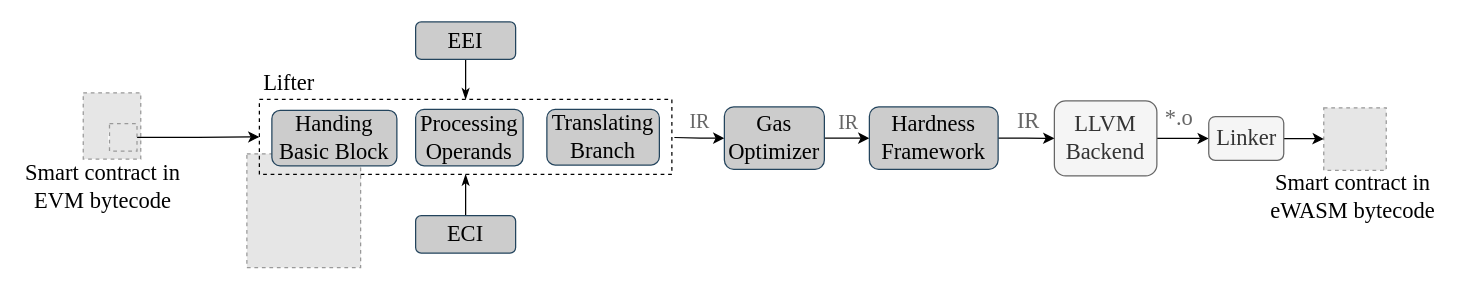
Earlier version of the draw.io diagram page "overlook" (1 of 11) of Untitled Diagram.drawio (Kenun99/drawio.repo). Source tidied: cells renumbered, new cells numbered last; positions are measured from the earlier drawing's top-left corner, leaving out a move shared by most shapes. Both pictures are drawn from the tidied source at 125%, with x=0, y=0 at pixel (21, 21). Pictures stored in the file or linked from it are replaced by grey dashed boxes.
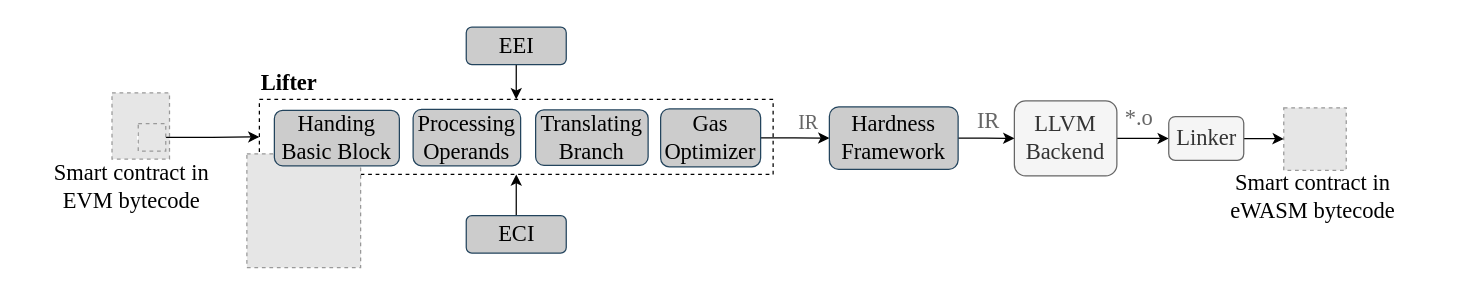
The same page after the edit.

What changed in the source:
```diff
@@
-    <mxCell id="2" style="edgeStyle=orthogonalEdgeStyle;rounded=0;jettySize=auto;html=1;fontFamily=Times New Roman;fontSize=14;startArrow=none;startFill=0;endArrow=classic;endFill=1;strokeWidth=1;" parent="1" edge="1" target="25">
-      <mxGeometry relative="1" as="geometry">
-        <mxPoint x="522" y="92.5" as="sourcePoint" />
-      </mxGeometry>
-    </mxCell>
+    <mxCell id="31" style="rounded=0;whiteSpace=wrap;html=1;dashed=1;fontFamily=Times New Roman;fontSize=18;strokeWidth=1;fillColor=none;" parent="1" vertex="1">
+      <mxGeometry x="190" y="62" width="411" height="60" as="geometry" />
+    </mxCell>
     <mxCell id="3" style="fillColor=#E6E6E6;strokeColor=#999999;dashed=1;verticalLabelPosition=bottom;labelBackgroundColor=#ffffff;verticalAlign=top;fontColor=#000000;fontSize=18;fontFamily=Times New Roman;" parent="1" vertex="1">
-      <mxGeometry x="1041.5" y="68.7" width="50" height="50" as="geometry" />
+      <mxGeometry x="1009.5" y="68.7" width="50" height="50" as="geometry" />
     </mxCell>
-    <mxCell id="4" style="edgeStyle=orthogonalEdgeStyle;rounded=0;jettySize=auto;html=1;exitX=0.5;exitY=1;exitDx=0;exitDy=0;entryX=0.5;entryY=0;entryDx=0;entryDy=0;fontFamily=Times New Roman;fontSize=18;startArrow=none;startFill=0;endArrow=classicThin;endFill=1;strokeWidth=1;" parent="1" edge="1" source="5" target="31">
+    <mxCell id="4" style="edgeStyle=orthogonalEdgeStyle;rounded=0;jettySize=auto;html=1;fontFamily=Times New Roman;fontSize=17;fontColor=#000000;startArrow=none;startFill=0;endArrow=classic;endFill=1;strokeWidth=1;" parent="1" edge="1" source="5" target="31">
       <mxGeometry relative="1" as="geometry" />
     </mxCell>
     <mxCell id="5" value="EEI" style="rounded=1;whiteSpace=wrap;html=1;fontFamily=Times New Roman;fontSize=18;fillColor=#CCCCCC;strokeColor=#23445d;gradientColor=none;" parent="1" vertex="1">
-      <mxGeometry x="315" width="80" height="30" as="geometry" />
+      <mxGeometry x="355.5" y="4.2" width="80" height="30" as="geometry" />
     </mxCell>
@@
     <mxCell id="7" style="fillColor=#E6E6E6;strokeColor=#999999;dashed=1;verticalLabelPosition=bottom;labelBackgroundColor=#ffffff;verticalAlign=top;fontSize=18;fontFamily=Times New Roman;" parent="1" vertex="1">
-      <mxGeometry x="49.1" y="56.8" width="46" height="52.9" as="geometry" />
+      <mxGeometry x="72.1" y="56.8" width="46" height="52.9" as="geometry" />
     </mxCell>
     <mxCell id="8" value="&lt;font color=&quot;#000000&quot; style=&quot;font-size: 18px&quot;&gt;Smart contract in eWASM bytecode&lt;br&gt;&lt;/font&gt;" style="text;html=1;strokeColor=none;fillColor=none;align=center;verticalAlign=middle;whiteSpace=wrap;rounded=0;labelBackgroundColor=none;fontFamily=Times New Roman;fontSize=18;fontColor=#666666;" parent="1" vertex="1">
-      <mxGeometry x="995" y="125" width="140" height="30" as="geometry" />
+      <mxGeometry x="963" y="125" width="140" height="30" as="geometry" />
     </mxCell>
     <mxCell id="9" value="&lt;font style=&quot;font-size: 18px&quot; color=&quot;#000000&quot;&gt;Smart contract in EVM bytecode&lt;br&gt;&lt;/font&gt;" style="text;html=1;strokeColor=none;fillColor=none;align=center;verticalAlign=middle;whiteSpace=wrap;rounded=0;labelBackgroundColor=none;fontFamily=Times New Roman;fontSize=18;fontColor=#666666;" parent="1" vertex="1">
-      <mxGeometry y="122.5" width="130" height="19.4" as="geometry" />
+      <mxGeometry x="23" y="122.5" width="130" height="19.4" as="geometry" />
     </mxCell>
@@
     <mxCell id="11" value="&lt;font style=&quot;font-size: 18px&quot;&gt;LLVM&lt;br style=&quot;font-size: 18px&quot;&gt;Backend&lt;/font&gt;" style="rounded=1;whiteSpace=wrap;html=1;labelBackgroundColor=none;fontFamily=Times New Roman;fontSize=18;strokeColor=#666666;strokeWidth=1;fillColor=#f5f5f5;fontColor=#333333;" parent="1" vertex="1">
-      <mxGeometry x="826" y="63.2" width="82" height="60" as="geometry" />
+      <mxGeometry x="794" y="63.2" width="82" height="60" as="geometry" />
     </mxCell>
-    <mxCell id="12" value="&lt;span style=&quot;font-size: 16px;&quot;&gt;IR&lt;/span&gt;" style="text;html=1;strokeColor=none;fillColor=none;align=center;verticalAlign=middle;whiteSpace=wrap;rounded=0;labelBackgroundColor=none;fontFamily=Times New Roman;fontSize=16;fontColor=#666666;" parent="1" vertex="1">
-      <mxGeometry x="529" y="74.7" width="27" height="9" as="geometry" />
-    </mxCell>
@@
     <mxCell id="14" value="&lt;span style=&quot;font-size: 18px;&quot;&gt;Linker&lt;/span&gt;" style="rounded=1;whiteSpace=wrap;html=1;labelBackgroundColor=none;fontFamily=Times New Roman;fontSize=18;strokeWidth=1;fillColor=#f5f5f5;strokeColor=#666666;fontColor=#333333;" parent="1" vertex="1">
-      <mxGeometry x="949.5" y="75.7" width="60" height="35.1" as="geometry" />
+      <mxGeometry x="917.5" y="75.7" width="60" height="35.1" as="geometry" />
     </mxCell>
     <mxCell id="15" value="&lt;span style=&quot;font-size: 18px;&quot;&gt;*.o&lt;/span&gt;" style="text;html=1;strokeColor=none;fillColor=none;align=center;verticalAlign=middle;whiteSpace=wrap;rounded=0;labelBackgroundColor=none;fontFamily=Times New Roman;fontSize=18;fontColor=#666666;" parent="1" vertex="1">
-      <mxGeometry x="903" y="65.5" width="46" height="22.2" as="geometry" />
+      <mxGeometry x="871" y="65.5" width="46" height="22.2" as="geometry" />
     </mxCell>
     <mxCell id="16" style="rounded=0;whiteSpace=wrap;html=1;strokeColor=none;fontFamily=Times New Roman;" parent="1" vertex="1">
-      <mxGeometry x="69.1" y="88.2" width="10" height="10" as="geometry" />
+      <mxGeometry x="92.1" y="88.2" width="10" height="10" as="geometry" />
     </mxCell>
     <mxCell id="17" style="rounded=0;whiteSpace=wrap;html=1;strokeColor=none;fontFamily=Times New Roman;" parent="1" vertex="1">
-      <mxGeometry x="73.2" y="83.2" width="10" height="10" as="geometry" />
+      <mxGeometry x="96.2" y="83.2" width="10" height="10" as="geometry" />
     </mxCell>
     <mxCell id="18" style="rounded=0;whiteSpace=wrap;html=1;strokeColor=none;fontFamily=Times New Roman;" parent="1" vertex="1">
-      <mxGeometry x="73.2" y="92.2" width="10" height="10" as="geometry" />
+      <mxGeometry x="96.2" y="92.2" width="10" height="10" as="geometry" />
     </mxCell>
     <mxCell id="19" style="rounded=0;whiteSpace=wrap;html=1;strokeColor=none;fontFamily=Times New Roman;" parent="1" vertex="1">
-      <mxGeometry x="78.1" y="83.2" width="10" height="10" as="geometry" />
+      <mxGeometry x="101.1" y="83.2" width="10" height="10" as="geometry" />
     </mxCell>
     <mxCell id="20" style="rounded=0;whiteSpace=wrap;html=1;strokeColor=none;fontFamily=Times New Roman;" parent="1" vertex="1">
-      <mxGeometry x="78.2" y="92.2" width="10" height="10" as="geometry" />
+      <mxGeometry x="101.2" y="92.2" width="10" height="10" as="geometry" />
     </mxCell>
@@
     <mxCell id="22" style="fillColor=#E6E6E6;strokeColor=#999999;dashed=1;verticalLabelPosition=bottom;labelBackgroundColor=#ffffff;verticalAlign=top;fontSize=18;fontFamily=Times New Roman;" parent="1" vertex="1">
-      <mxGeometry x="70.1" y="81.3" width="22" height="22" as="geometry" />
+      <mxGeometry x="93.1" y="81.3" width="22" height="22" as="geometry" />
     </mxCell>
     <mxCell id="23" value="&lt;span style=&quot;font-size: 16px;&quot;&gt;IR&lt;/span&gt;" style="text;html=1;strokeColor=none;fillColor=none;align=center;verticalAlign=middle;whiteSpace=wrap;rounded=0;labelBackgroundColor=none;fontFamily=Times New Roman;fontSize=16;fontColor=#666666;" parent="1" vertex="1">
-      <mxGeometry x="648" y="71.5" width="27" height="17.3" as="geometry" />
+      <mxGeometry x="616" y="71.5" width="27" height="17.3" as="geometry" />
     </mxCell>
@@
     <mxCell id="25" value="&lt;font style=&quot;font-size: 18px&quot;&gt;Gas Optimizer&lt;/font&gt;" style="rounded=1;whiteSpace=wrap;html=1;labelBackgroundColor=none;fontFamily=Times New Roman;fontSize=18;strokeColor=#23445d;strokeWidth=1;fillColor=#CCCCCC;fontStyle=0;" parent="1" vertex="1">
-      <mxGeometry x="562" y="68" width="80" height="50" as="geometry" />
+      <mxGeometry x="511" y="69.6" width="80" height="46.3" as="geometry" />
     </mxCell>
     <mxCell id="26" value="&lt;span style=&quot;font-size: 18px&quot;&gt;IR&lt;/span&gt;" style="text;html=1;strokeColor=none;fillColor=none;align=center;verticalAlign=middle;whiteSpace=wrap;rounded=0;labelBackgroundColor=none;fontFamily=Times New Roman;fontSize=18;fontColor=#666666;" parent="1" vertex="1">
-      <mxGeometry x="792" y="70" width="27" height="17.3" as="geometry" />
+      <mxGeometry x="760" y="70" width="27" height="17.3" as="geometry" />
     </mxCell>
-    <mxCell id="27" style="edgeStyle=orthogonalEdgeStyle;rounded=0;jettySize=auto;html=1;entryX=0.5;entryY=1;entryDx=0;entryDy=0;fontFamily=Times New Roman;fontSize=18;startArrow=none;startFill=0;endArrow=classicThin;endFill=1;strokeWidth=1;" parent="1" edge="1" source="28" target="31">
+    <mxCell id="27" style="edgeStyle=orthogonalEdgeStyle;rounded=0;jettySize=auto;html=1;exitX=0.5;exitY=0;exitDx=0;exitDy=0;fontFamily=Times New Roman;fontSize=17;fontColor=#000000;startArrow=none;startFill=0;endArrow=classic;endFill=1;strokeWidth=1;entryX=0.5;entryY=1;entryDx=0;entryDy=0;" parent="1" edge="1" source="28" target="31">
       <mxGeometry relative="1" as="geometry" />
     </mxCell>
     <mxCell id="28" value="ECI" style="rounded=1;whiteSpace=wrap;html=1;fontFamily=Times New Roman;fontSize=18;fillColor=#CCCCCC;strokeColor=#23445d;" parent="1" vertex="1">
-      <mxGeometry x="315" y="155" width="80" height="30" as="geometry" />
+      <mxGeometry x="355.5" y="155" width="80" height="30" as="geometry" />
     </mxCell>
@@
     <mxCell id="30" value="&lt;font style=&quot;font-size: 18px&quot;&gt;Hardness Framework&lt;/font&gt;" style="rounded=1;whiteSpace=wrap;html=1;labelBackgroundColor=none;fontFamily=Times New Roman;fontSize=18;strokeColor=#23445d;strokeWidth=1;fillColor=#CCCCCC;" parent="1" vertex="1">
-      <mxGeometry x="678" y="68" width="103" height="50" as="geometry" />
+      <mxGeometry x="646" y="68" width="103" height="50" as="geometry" />
     </mxCell>
-    <mxCell id="31" style="rounded=0;whiteSpace=wrap;html=1;dashed=1;fontFamily=Times New Roman;fontSize=18;strokeWidth=1;fillColor=none;" parent="1" vertex="1">
-      <mxGeometry x="190" y="62" width="330" height="60" as="geometry" />
-    </mxCell>
     <mxCell id="32" value="Handing&lt;br&gt;Basic Block" style="rounded=1;whiteSpace=wrap;html=1;fontFamily=Times New Roman;fontSize=18;fillColor=#CCCCCC;strokeColor=#23445d;gradientColor=none;" parent="1" vertex="1">
-      <mxGeometry x="200" y="70.8" width="100" height="44.3" as="geometry" />
+      <mxGeometry x="202" y="70.8" width="100" height="44.3" as="geometry" />
     </mxCell>
     <mxCell id="33" value="Processing&lt;br&gt;Operands" style="rounded=1;whiteSpace=wrap;html=1;fontFamily=Times New Roman;fontSize=18;fillColor=#CCCCCC;strokeColor=#23445d;gradientColor=none;" parent="1" vertex="1">
-      <mxGeometry x="315" y="70" width="86" height="45.1" as="geometry" />
+      <mxGeometry x="313" y="70" width="86" height="45.1" as="geometry" />
     </mxCell>
     <mxCell id="34" value="Translating&lt;br&gt;Branch" style="rounded=1;whiteSpace=wrap;html=1;fontFamily=Times New Roman;fontSize=18;fillColor=#CCCCCC;strokeColor=#23445d;gradientColor=none;" parent="1" vertex="1">
-      <mxGeometry x="420" y="70" width="90" height="44.5" as="geometry" />
+      <mxGeometry x="411" y="70.3" width="90" height="44.5" as="geometry" />
     </mxCell>
-    <mxCell id="35" value="Lifter" style="text;html=1;strokeColor=none;fillColor=none;align=center;verticalAlign=middle;whiteSpace=wrap;rounded=0;dashed=1;fontFamily=Times New Roman;fontSize=18;" parent="1" vertex="1">
+    <mxCell id="35" value="Lifter" style="text;html=1;strokeColor=none;fillColor=none;align=center;verticalAlign=middle;whiteSpace=wrap;rounded=0;dashed=1;fontFamily=Times New Roman;fontSize=18;fontStyle=1;" parent="1" vertex="1">
       <mxGeometry x="184" y="34.2" width="60" height="30" as="geometry" />
     </mxCell>
```
